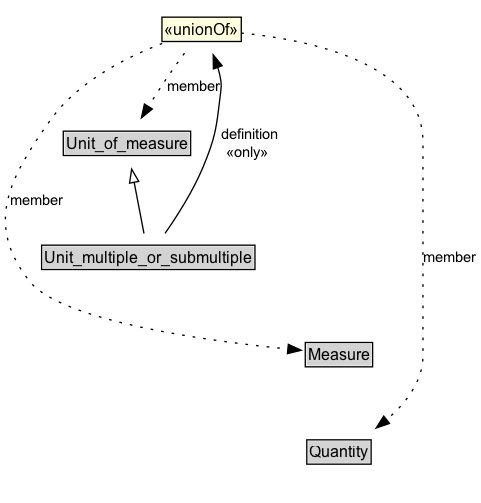
This is docs/diagrams/Unit_multiple_or_submultiple.dot.png from ISO-TC204/ontology-i72-v1, a Graphviz export, as it was before one commit. Its source is kept beside it as docs/diagrams/Unit_multiple_or_submultiple.dot. The source it was exported from:
```dot
digraph {
	graph [overlap=false rankdir=TB splines=true]
	node [fontname=Arial fontsize=12 margin=0 shape=none]
	edge [fontname=Arial fontsize=11]
	{
		rank=max
		Unit_multiple_or_submultiple [label=<<TABLE BORDER="1" CELLBORDER="0" CELLSPACING="0" CELLPADDING="1"><TR><TD BGCOLOR="lightgray" ALIGN="CENTER" PORT="e">Unit_multiple_or_submultiple</TD></TR></TABLE>> URL="../Unit_multiple_or_submultiple.md" margin=0]
	}
	subgraph cluster_associated {
		label="" style=invis
		Invis [label=<<TABLE BORDER="0" CELLBORDER="0" CELLSPACING="0" CELLPADDING="1"><TR><TD></TD></TR></TABLE>> margin=0 style=invis]
		Measure [label=<<TABLE BORDER="1" CELLBORDER="0" CELLSPACING="0" CELLPADDING="1"><TR><TD BGCOLOR="lightgray" ALIGN="CENTER">Measure</TD></TR></TABLE>> URL="../Measure.md" margin=0]
		Quantity [label=<<TABLE BORDER="1" CELLBORDER="0" CELLSPACING="0" CELLPADDING="1"><TR><TD BGCOLOR="lightgray" ALIGN="CENTER">Quantity</TD></TR></TABLE>> URL="../Quantity.md" margin=0]
	}
	Unit_of_measure [label=<<TABLE BORDER="1" CELLBORDER="0" CELLSPACING="0" CELLPADDING="1"><TR><TD BGCOLOR="lightgray" ALIGN="CENTER">Unit_of_measure</TD></TR></TABLE>> URL="../Unit_of_measure.md" margin=0]
	Unit_multiple_or_submultiple -> Unit_of_measure [arrowhead=onormal style=solid]
	Unit_multiple_or_submultiple -> Invis [style=invis]
	Invis -> Measure [style=invis]
	Measure -> Quantity [style=invis]
	N37dedb899d094b609ce8c95a9f50bde6 [label=<<TABLE BORDER="1" CELLBORDER="0" CELLSPACING="0" CELLPADDING="1" BGCOLOR="lightyellow"><TR><TD ALIGN="CENTER">«unionOf»</TD></TR></TABLE>> margin=0]
	N37dedb899d094b609ce8c95a9f50bde6 -> Measure [label=member arrowhead=normal style=dotted]
	N37dedb899d094b609ce8c95a9f50bde6 -> Quantity [label=member arrowhead=normal style=dotted]
	Unit_of_measure [label=<<TABLE BORDER="1" CELLBORDER="0" CELLSPACING="0" CELLPADDING="1"><TR><TD BGCOLOR="lightgray" ALIGN="CENTER">Unit_of_measure</TD></TR></TABLE>> URL="../Unit_of_measure.md" margin=0]
	N37dedb899d094b609ce8c95a9f50bde6 -> Unit_of_measure [label=member arrowhead=normal style=dotted]
	Unit_multiple_or_submultiple -> N37dedb899d094b609ce8c95a9f50bde6 [label=" definition
 «only»  " arrowhead=normal style=solid]
}
```
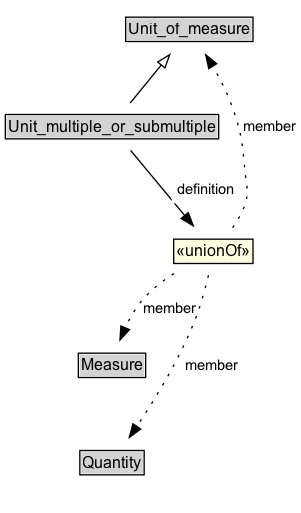
The same diagram one commit later.

The edit, as a diff of the source:
```diff
@@ -3,25 +3,29 @@
 	node [fontname=Arial fontsize=12 margin=0 shape=none]
 	edge [fontname=Arial fontsize=11]
 	{
+		rank=source
+		Unit_of_measure [label=<<TABLE BORDER="1" CELLBORDER="0" CELLSPACING="0" CELLPADDING="1"><TR><TD BGCOLOR="lightgray" ALIGN="CENTER">Unit_of_measure</TD></TR></TABLE>> URL="../Unit_of_measure" margin=0]
+	}
+	Unit_multiple_or_submultiple [label=<<TABLE BORDER="1" CELLBORDER="0" CELLSPACING="0" CELLPADDING="1"><TR><TD BGCOLOR="lightgray" ALIGN="CENTER">Unit_multiple_or_submultiple</TD></TR></TABLE>> URL="../Unit_multiple_or_submultiple" margin=0]
+	{
 		rank=max
-		Unit_multiple_or_submultiple [label=<<TABLE BORDER="1" CELLBORDER="0" CELLSPACING="0" CELLPADDING="1"><TR><TD BGCOLOR="lightgray" ALIGN="CENTER" PORT="e">Unit_multiple_or_submultiple</TD></TR></TABLE>> URL="../Unit_multiple_or_submultiple.md" margin=0]
 	}
 	subgraph cluster_associated {
 		label="" style=invis
 		Invis [label=<<TABLE BORDER="0" CELLBORDER="0" CELLSPACING="0" CELLPADDING="1"><TR><TD></TD></TR></TABLE>> margin=0 style=invis]
-		Measure [label=<<TABLE BORDER="1" CELLBORDER="0" CELLSPACING="0" CELLPADDING="1"><TR><TD BGCOLOR="lightgray" ALIGN="CENTER">Measure</TD></TR></TABLE>> URL="../Measure.md" margin=0]
-		Quantity [label=<<TABLE BORDER="1" CELLBORDER="0" CELLSPACING="0" CELLPADDING="1"><TR><TD BGCOLOR="lightgray" ALIGN="CENTER">Quantity</TD></TR></TABLE>> URL="../Quantity.md" margin=0]
+		Measure [label=<<TABLE BORDER="1" CELLBORDER="0" CELLSPACING="0" CELLPADDING="1"><TR><TD BGCOLOR="lightgray" ALIGN="CENTER">Measure</TD></TR></TABLE>> URL="../Measure" margin=0]
+		Quantity [label=<<TABLE BORDER="1" CELLBORDER="0" CELLSPACING="0" CELLPADDING="1"><TR><TD BGCOLOR="lightgray" ALIGN="CENTER">Quantity</TD></TR></TABLE>> URL="../Quantity" margin=0]
 	}
-	Unit_of_measure [label=<<TABLE BORDER="1" CELLBORDER="0" CELLSPACING="0" CELLPADDING="1"><TR><TD BGCOLOR="lightgray" ALIGN="CENTER">Unit_of_measure</TD></TR></TABLE>> URL="../Unit_of_measure.md" margin=0]
 	Unit_multiple_or_submultiple -> Unit_of_measure [arrowhead=onormal style=solid]
 	Unit_multiple_or_submultiple -> Invis [style=invis]
 	Invis -> Measure [style=invis]
 	Measure -> Quantity [style=invis]
-	N37dedb899d094b609ce8c95a9f50bde6 [label=<<TABLE BORDER="1" CELLBORDER="0" CELLSPACING="0" CELLPADDING="1" BGCOLOR="lightyellow"><TR><TD ALIGN="CENTER">«unionOf»</TD></TR></TABLE>> margin=0]
-	N37dedb899d094b609ce8c95a9f50bde6 -> Measure [label=member arrowhead=normal style=dotted]
-	N37dedb899d094b609ce8c95a9f50bde6 -> Quantity [label=member arrowhead=normal style=dotted]
-	Unit_of_measure [label=<<TABLE BORDER="1" CELLBORDER="0" CELLSPACING="0" CELLPADDING="1"><TR><TD BGCOLOR="lightgray" ALIGN="CENTER">Unit_of_measure</TD></TR></TABLE>> URL="../Unit_of_measure.md" margin=0]
-	N37dedb899d094b609ce8c95a9f50bde6 -> Unit_of_measure [label=member arrowhead=normal style=dotted]
-	Unit_multiple_or_submultiple -> N37dedb899d094b609ce8c95a9f50bde6 [label=" definition
- «only»  " arrowhead=normal style=solid]
+	n49e7333729f74c3eb91b9b7c78626a1eb72 [label=<<TABLE BORDER="1" CELLBORDER="0" CELLSPACING="0" CELLPADDING="1" BGCOLOR="lightyellow"><TR><TD ALIGN="CENTER">«unionOf»</TD></TR></TABLE>> margin=0]
+	Measure [label=<<TABLE BORDER="1" CELLBORDER="0" CELLSPACING="0" CELLPADDING="1"><TR><TD BGCOLOR="lightgray" ALIGN="CENTER">Measure</TD></TR></TABLE>> URL="../Measure" margin=0]
+	n49e7333729f74c3eb91b9b7c78626a1eb72 -> Measure [label=member arrowhead=normal style=dotted]
+	Quantity [label=<<TABLE BORDER="1" CELLBORDER="0" CELLSPACING="0" CELLPADDING="1"><TR><TD BGCOLOR="lightgray" ALIGN="CENTER">Quantity</TD></TR></TABLE>> URL="../Quantity" margin=0]
+	n49e7333729f74c3eb91b9b7c78626a1eb72 -> Quantity [label=member arrowhead=normal style=dotted]
+	Unit_of_measure [label=<<TABLE BORDER="1" CELLBORDER="0" CELLSPACING="0" CELLPADDING="1"><TR><TD BGCOLOR="lightgray" ALIGN="CENTER">Unit_of_measure</TD></TR></TABLE>> URL="../Unit_of_measure" margin=0]
+	n49e7333729f74c3eb91b9b7c78626a1eb72 -> Unit_of_measure [label=member arrowhead=normal style=dotted]
+	Unit_multiple_or_submultiple -> n49e7333729f74c3eb91b9b7c78626a1eb72 [label=<<TABLE BORDER="0" CELLBORDER="0" CELLSPACING="0" CELLPADDING="4" BGCOLOR="white"><TR><TD ALIGN="CENTER">definition</TD></TR></TABLE>> arrowhead=normal style=solid]
 }
```
